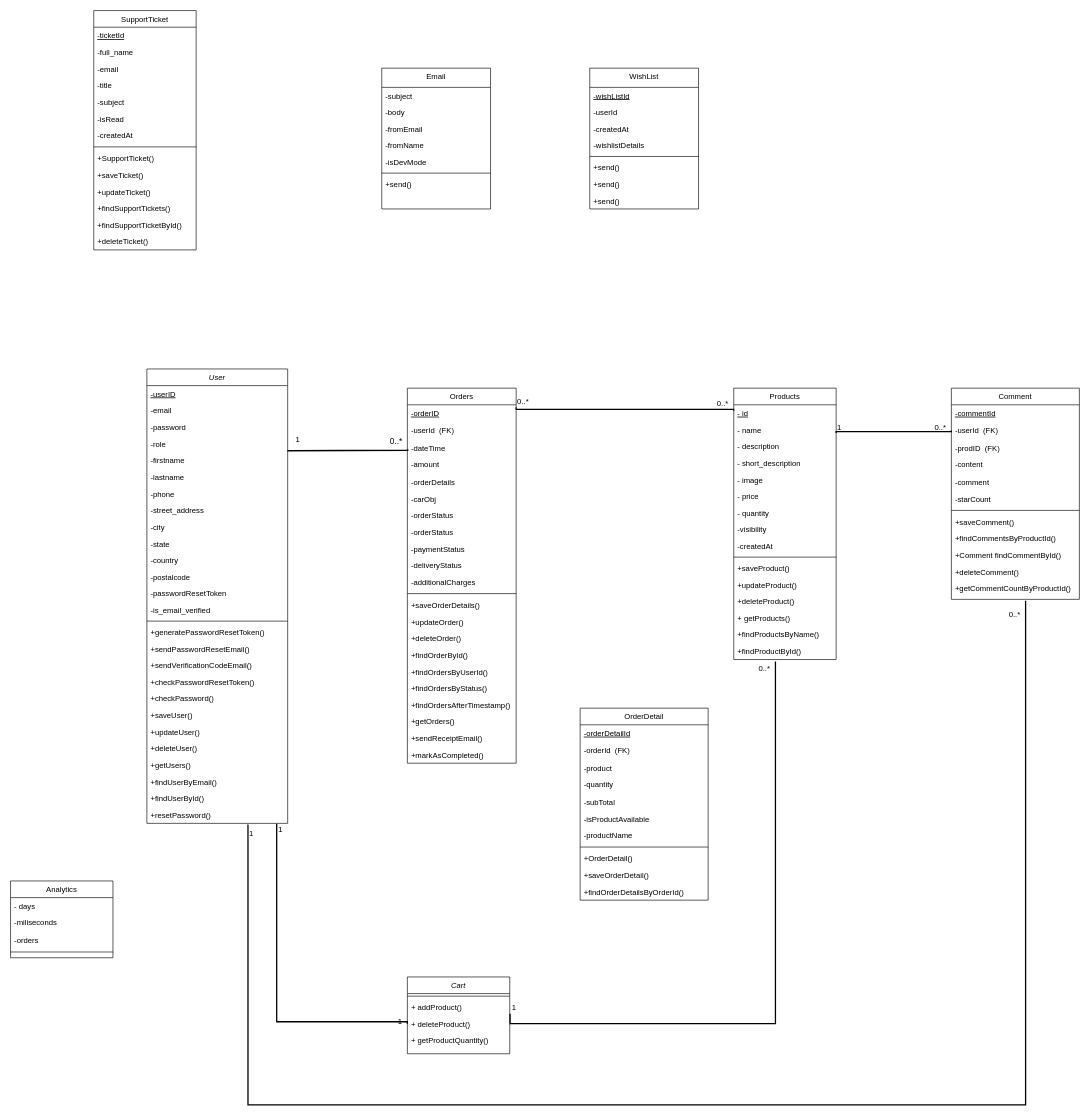
isira-adithya/PUSL2024 keeps this draw.io diagram as assets/diagrams/Class Diagram.drawio. Above is the earlier version. Source tidied: cells renumbered, new cells numbered last; positions are measured from the earlier drawing's top-left corner, leaving out a move shared by most shapes. Both pictures are drawn from the tidied source at 64%, with x=0, y=0 at pixel (10, 10).
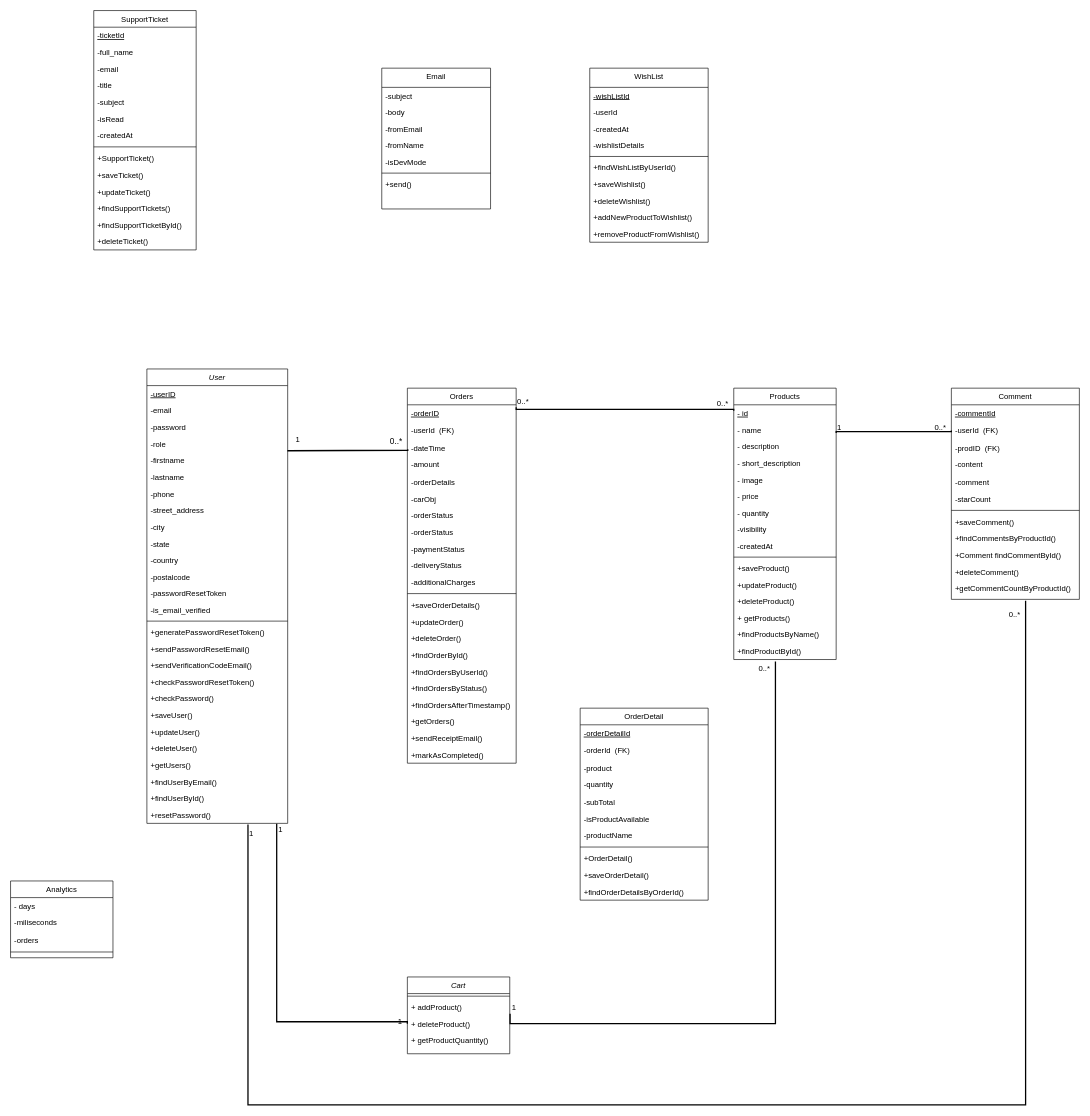
After the change.

Commit message:
updated wishList class, class diagram

Diff of the diagram source:
```diff
@@
     <mxCell id="146" value="WishList" style="swimlane;fontStyle=0;align=center;verticalAlign=top;horizontal=1;startSize=30;rounded=0;shadow=0;strokeWidth=1;" parent="1" vertex="1">
-      <mxGeometry x="905" y="90" width="170" height="220" as="geometry" />
+      <mxGeometry x="905" y="90" width="185" height="272" as="geometry" />
     </mxCell>
     <mxCell id="147" value="-wishListId" style="text;align=left;verticalAlign=top;spacingLeft=4;spacingRight=4;overflow=hidden;fontStyle=4;" parent="146" vertex="1">
-      <mxGeometry y="30" width="170" height="26" as="geometry" />
+      <mxGeometry y="30" width="185" height="26" as="geometry" />
     </mxCell>
     <mxCell id="148" value="-userId" style="text;align=left;verticalAlign=top;spacingLeft=4;spacingRight=4;overflow=hidden;" parent="146" vertex="1">
-      <mxGeometry y="56" width="170" height="26" as="geometry" />
+      <mxGeometry y="56" width="185" height="26" as="geometry" />
     </mxCell>
     <mxCell id="149" value="-createdAt" style="text;align=left;verticalAlign=top;spacingLeft=4;spacingRight=4;overflow=hidden;" parent="146" vertex="1">
-      <mxGeometry y="82" width="170" height="26" as="geometry" />
+      <mxGeometry y="82" width="185" height="26" as="geometry" />
     </mxCell>
     <mxCell id="150" value="-wishlistDetails" style="text;align=left;verticalAlign=top;spacingLeft=4;spacingRight=4;overflow=hidden;" parent="146" vertex="1">
-      <mxGeometry y="108" width="170" height="26" as="geometry" />
+      <mxGeometry y="108" width="185" height="26" as="geometry" />
     </mxCell>
     <mxCell id="151" style="line;html=1;strokeWidth=1;align=left;verticalAlign=middle;spacingTop=-1;spacingLeft=3;spacingRight=3;labelPosition=right;" parent="146" vertex="1">
-      <mxGeometry y="134" width="170" height="8" as="geometry" />
+      <mxGeometry y="134" width="185" height="8" as="geometry" />
     </mxCell>
-    <mxCell id="152" value="+send()" style="text;align=left;verticalAlign=top;spacingLeft=4;spacingRight=4;overflow=hidden;" parent="146" vertex="1">
-      <mxGeometry y="142" width="170" height="26" as="geometry" />
+    <mxCell id="152" value="+findWishListByUserId()" style="text;align=left;verticalAlign=top;spacingLeft=4;spacingRight=4;overflow=hidden;" parent="146" vertex="1">
+      <mxGeometry y="142" width="185" height="26" as="geometry" />
     </mxCell>
-    <mxCell id="153" value="+send()" style="text;align=left;verticalAlign=top;spacingLeft=4;spacingRight=4;overflow=hidden;" parent="146" vertex="1">
-      <mxGeometry y="168" width="170" height="26" as="geometry" />
+    <mxCell id="153" value="+saveWishlist()" style="text;align=left;verticalAlign=top;spacingLeft=4;spacingRight=4;overflow=hidden;" parent="146" vertex="1">
+      <mxGeometry y="168" width="185" height="26" as="geometry" />
     </mxCell>
-    <mxCell id="154" value="+send()" style="text;align=left;verticalAlign=top;spacingLeft=4;spacingRight=4;overflow=hidden;" parent="146" vertex="1">
-      <mxGeometry y="194" width="170" height="26" as="geometry" />
+    <mxCell id="154" value="+deleteWishlist()" style="text;align=left;verticalAlign=top;spacingLeft=4;spacingRight=4;overflow=hidden;" parent="146" vertex="1">
+      <mxGeometry y="194" width="185" height="26" as="geometry" />
     </mxCell>
+    <mxCell id="155" value="+addNewProductToWishlist()" style="text;align=left;verticalAlign=top;spacingLeft=4;spacingRight=4;overflow=hidden;" parent="146" vertex="1">
+      <mxGeometry y="220" width="185" height="26" as="geometry" />
+    </mxCell>
+    <mxCell id="156" value="+removeProductFromWishlist()" style="text;align=left;verticalAlign=top;spacingLeft=4;spacingRight=4;overflow=hidden;" parent="146" vertex="1">
+      <mxGeometry y="246" width="185" height="26" as="geometry" />
+    </mxCell>
```
